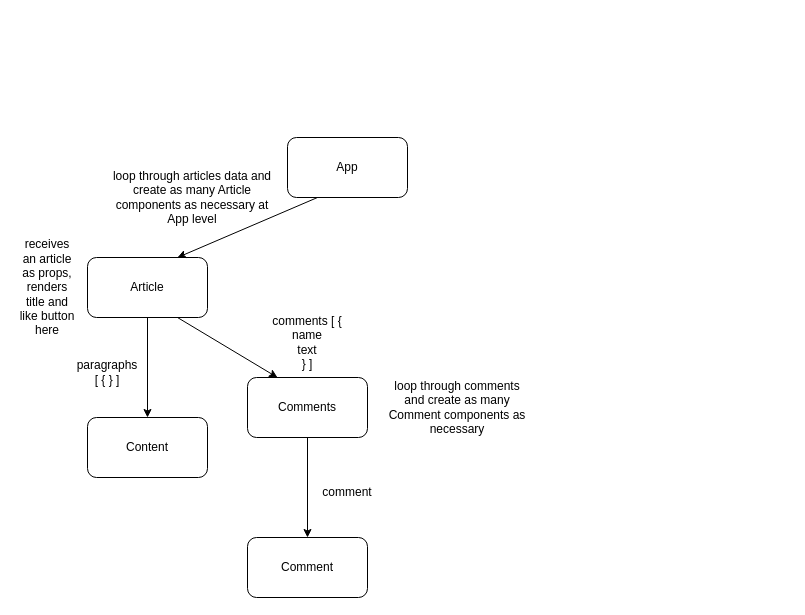
The draw.io diagram Components Structure+Behaviour.drawio in SchoolOfCode/w10_recap-tasks-bM7tcHF88GBxDni, before the edit. Source tidied: cells renumbered, new cells numbered last; positions are measured from the earlier drawing's top-left corner, leaving out a move shared by most shapes. Both pictures are drawn from the tidied source at 100%, with x=0, y=0 at pixel (17, 137).
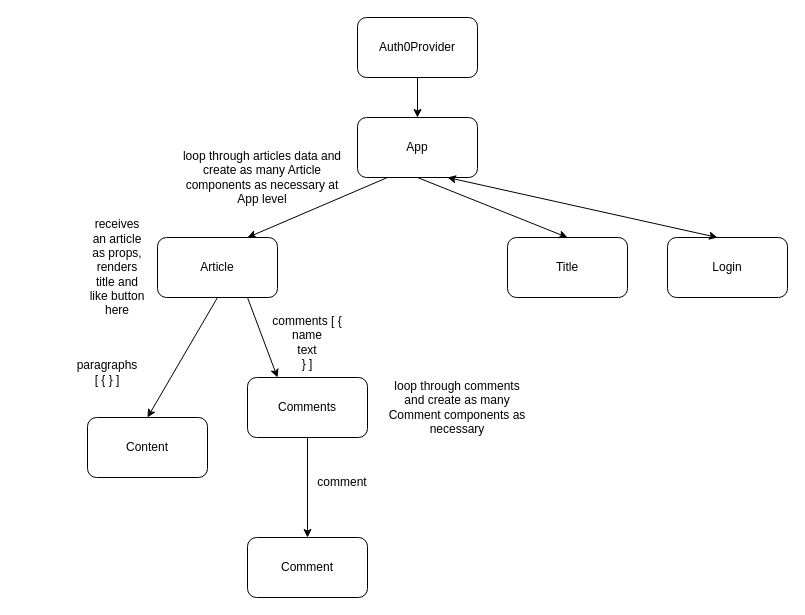
The same diagram, later.

Commit message (it also covers changes not shown here):
Create new Readme. Update app structure diagram.

Diff of the diagram source:
```diff
@@
     <mxCell id="2" value="App" style="rounded=1;whiteSpace=wrap;html=1;" parent="1" vertex="1">
-      <mxGeometry x="270" width="120" height="60" as="geometry" />
+      <mxGeometry x="340" y="-20" width="120" height="60" as="geometry" />
     </mxCell>
     <mxCell id="3" value="Article" style="rounded=1;whiteSpace=wrap;html=1;" parent="1" vertex="1">
-      <mxGeometry x="70" y="120" width="120" height="60" as="geometry" />
+      <mxGeometry x="140" y="100" width="120" height="60" as="geometry" />
     </mxCell>
     <mxCell id="4" value="loop through articles data and create as many Article components as necessary at App level" style="text;html=1;strokeColor=none;fillColor=none;align=center;verticalAlign=middle;whiteSpace=wrap;rounded=0;" parent="1" vertex="1">
-      <mxGeometry x="90" y="20" width="170" height="80" as="geometry" />
+      <mxGeometry x="160" width="170" height="80" as="geometry" />
     </mxCell>
@@
     <mxCell id="12" value="receives an article as props, renders title and like button here" style="text;html=1;strokeColor=none;fillColor=none;align=center;verticalAlign=middle;whiteSpace=wrap;rounded=0;" parent="1" vertex="1">
-      <mxGeometry y="135" width="60" height="30" as="geometry" />
+      <mxGeometry x="70" y="115" width="60" height="30" as="geometry" />
     </mxCell>
@@
     <mxCell id="15" value="comment" style="text;html=1;strokeColor=none;fillColor=none;align=center;verticalAlign=middle;whiteSpace=wrap;rounded=0;" parent="1" vertex="1">
-      <mxGeometry x="300" y="340" width="60" height="30" as="geometry" />
+      <mxGeometry x="295" y="330" width="60" height="30" as="geometry" />
     </mxCell>
@@
+    <mxCell id="17" value="Title" style="rounded=1;whiteSpace=wrap;html=1;" parent="1" vertex="1">
+      <mxGeometry x="490" y="100" width="120" height="60" as="geometry" />
+    </mxCell>
+    <mxCell id="18" value="Login" style="rounded=1;whiteSpace=wrap;html=1;" parent="1" vertex="1">
+      <mxGeometry x="650" y="100" width="120" height="60" as="geometry" />
+    </mxCell>
+    <mxCell id="19" style="endArrow=classic;html=1;exitX=0.5;exitY=1;exitDx=0;exitDy=0;entryX=0.5;entryY=0;entryDx=0;entryDy=0;" parent="1" edge="1" source="2" target="17">
+      <mxGeometry relative="1" as="geometry" />
+    </mxCell>
+    <mxCell id="20" value="Auth0Provider" style="rounded=1;whiteSpace=wrap;html=1;" parent="1" vertex="1">
+      <mxGeometry x="340" y="-120" width="120" height="60" as="geometry" />
+    </mxCell>
+    <mxCell id="21" style="endArrow=classic;html=1;exitX=0.5;exitY=1;exitDx=0;exitDy=0;entryX=0.5;entryY=0;entryDx=0;entryDy=0;" parent="1" edge="1" source="20" target="2">
+      <mxGeometry relative="1" as="geometry" />
+    </mxCell>
+    <mxCell id="22" style="endArrow=classic;startArrow=classic;html=1;exitX=0.75;exitY=1;exitDx=0;exitDy=0;entryX=0.417;entryY=0;entryDx=0;entryDy=0;entryPerimeter=0;" parent="1" edge="1" source="2" target="18">
+      <mxGeometry relative="1" as="geometry" />
+    </mxCell>
```
